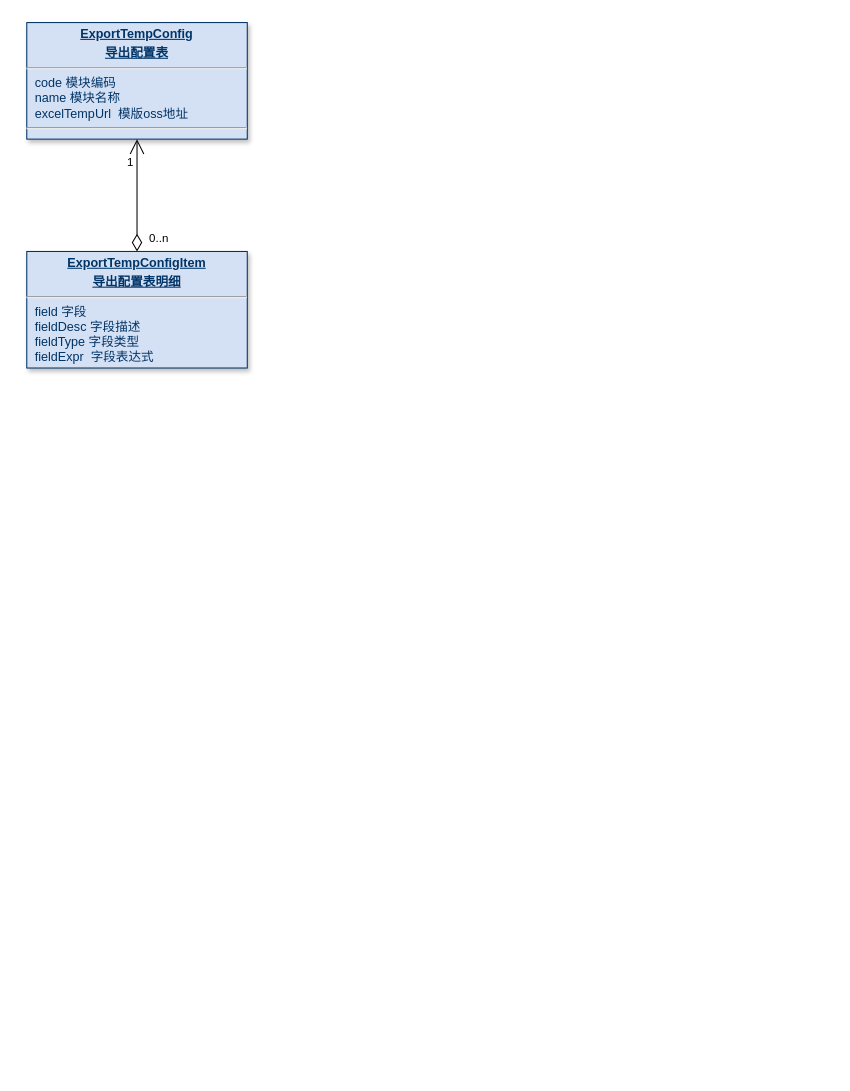
Before: page "新品Offer" (19 of 19) of 美one.drawio in rockywade/draw, a draw.io diagram. Source tidied: cells renumbered, new cells numbered last; positions are measured from the earlier drawing's top-left corner, leaving out a move shared by most shapes. Both pictures are drawn from the tidied source at 105%, with x=0, y=0 at pixel (26, 22).
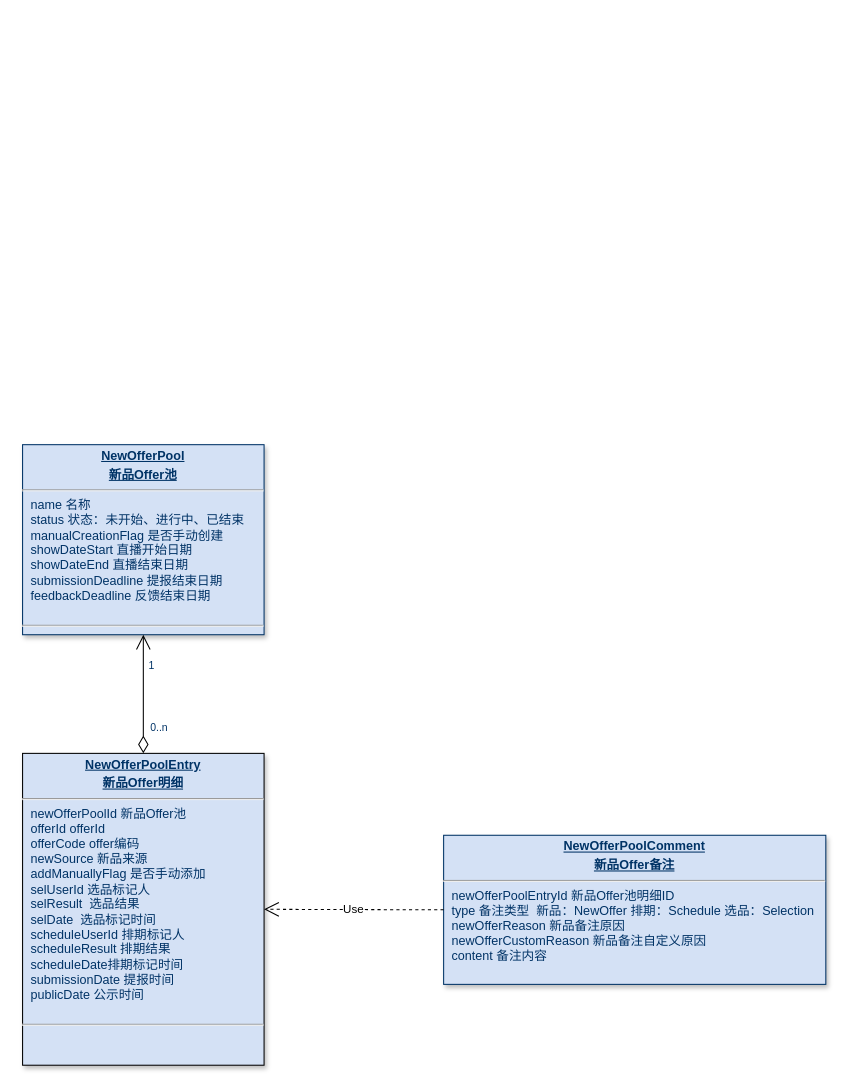
The same page after the edit.

Diff of the diagram source:
```diff
@@
 <mxGraphModel>
   <root>
     <mxCell id="0" />
     <mxCell id="1" parent="0" />
-    <mxCell id="2" value="&lt;p style=&quot;margin: 4px 0px 0px; text-align: center;&quot;&gt;&lt;b&gt;&lt;u&gt;ExportTempConfig&lt;/u&gt;&lt;/b&gt;&lt;/p&gt;&lt;p style=&quot;margin: 4px 0px 0px; text-align: center;&quot;&gt;&lt;b&gt;&lt;u&gt;导出配置表&lt;/u&gt;&lt;/b&gt;&lt;/p&gt;&lt;hr&gt;&lt;p style=&quot;margin: 0px 0px 0px 8px;&quot;&gt;code 模块编码&lt;/p&gt;&lt;p style=&quot;margin: 0px 0px 0px 8px;&quot;&gt;name 模块名称&lt;/p&gt;&lt;p style=&quot;margin: 0px 0px 0px 8px;&quot;&gt;excelTempUrl&amp;nbsp; 模版oss地址&lt;/p&gt;&lt;hr&gt;&amp;nbsp;&lt;div&gt;&amp;nbsp;&amp;nbsp;&lt;br&gt;&lt;br&gt;&lt;br&gt;&lt;br&gt;&lt;/div&gt;" style="verticalAlign=top;align=left;overflow=fill;fontSize=12;fontFamily=Helvetica;html=1;strokeColor=#003366;shadow=1;fillColor=#D4E1F5;fontColor=#003366;" parent="1" vertex="1">
-      <mxGeometry width="210" height="111" as="geometry" />
-    </mxCell>
-    <mxCell id="3" value="&lt;p style=&quot;margin: 4px 0px 0px; text-align: center;&quot;&gt;&lt;b&gt;&lt;u&gt;ExportTempConfigItem&lt;/u&gt;&lt;/b&gt;&lt;/p&gt;&lt;p style=&quot;margin: 4px 0px 0px; text-align: center;&quot;&gt;&lt;b&gt;&lt;u&gt;导出配置表明细&lt;/u&gt;&lt;/b&gt;&lt;/p&gt;&lt;hr&gt;&lt;p style=&quot;margin: 0px 0px 0px 8px;&quot;&gt;field 字段&lt;/p&gt;&lt;p style=&quot;margin: 0px 0px 0px 8px;&quot;&gt;fieldDesc&amp;nbsp;字段描述&lt;/p&gt;&lt;p style=&quot;margin: 0px 0px 0px 8px;&quot;&gt;fieldType&amp;nbsp;字段类型&lt;/p&gt;&lt;p style=&quot;margin: 0px 0px 0px 8px;&quot;&gt;fieldExpr&amp;nbsp;&amp;nbsp;字段表达式&lt;/p&gt;&lt;hr&gt;&amp;nbsp;&lt;div&gt;&amp;nbsp;&amp;nbsp;&lt;br&gt;&lt;br&gt;&lt;br&gt;&lt;br&gt;&lt;/div&gt;" style="verticalAlign=top;align=left;overflow=fill;fontSize=12;fontFamily=Helvetica;html=1;strokeColor=#003366;shadow=1;fillColor=#D4E1F5;fontColor=#003366;" parent="1" vertex="1">
-      <mxGeometry y="218" width="210" height="111" as="geometry" />
-    </mxCell>
-    <mxCell id="4" style="endArrow=open;html=1;endSize=12;startArrow=diamondThin;startSize=14;startFill=0;edgeStyle=orthogonalEdgeStyle;rounded=0;" parent="1" edge="1" source="3" target="2">
-      <mxGeometry relative="1" as="geometry" />
-    </mxCell>
+    <mxCell id="7" value="&lt;p style=&quot;margin: 4px 0px 0px; text-align: center;&quot;&gt;&lt;b&gt;&lt;u&gt;NewOfferPool&lt;/u&gt;&lt;/b&gt;&lt;/p&gt;&lt;p style=&quot;margin: 4px 0px 0px; text-align: center;&quot;&gt;&lt;b&gt;&lt;u&gt;新品Offer池&lt;/u&gt;&lt;/b&gt;&lt;/p&gt;&lt;hr&gt;&lt;p style=&quot;margin: 0px; margin-left: 8px;&quot;&gt;&lt;span style=&quot;background-color: transparent; color: light-dark(rgb(0, 51, 102), rgb(161, 205, 249));&quot;&gt;name 名称&lt;/span&gt;&lt;/p&gt;&lt;p style=&quot;margin: 0px; margin-left: 8px;&quot;&gt;status 状态：&lt;span style=&quot;background-color: transparent; color: light-dark(rgb(0, 51, 102), rgb(161, 205, 249));&quot;&gt;未开始、进行中、已结束&lt;/span&gt;&lt;/p&gt;&lt;p style=&quot;margin: 0px; margin-left: 8px;&quot;&gt;&lt;span style=&quot;background-color: transparent;&quot;&gt;manualCreationFlag&lt;/span&gt;&lt;span style=&quot;background-color: transparent;&quot;&gt;&amp;nbsp;是否手动创建&lt;/span&gt;&lt;/p&gt;&lt;p style=&quot;margin: 0px; margin-left: 8px;&quot;&gt;showDateStart&amp;nbsp;直播开始日期&lt;/p&gt;&lt;p style=&quot;margin: 0px; margin-left: 8px;&quot;&gt;showDateEnd&amp;nbsp;直播结束日期&lt;/p&gt;&lt;p style=&quot;margin: 0px; margin-left: 8px;&quot;&gt;&lt;span style=&quot;background-color: transparent;&quot;&gt;submission&lt;/span&gt;Deadline 提报结束日期&lt;/p&gt;&lt;p style=&quot;margin: 0px; margin-left: 8px;&quot;&gt;feedbackDeadline 反馈结束日期&lt;/p&gt;&lt;p style=&quot;margin: 0px; margin-left: 8px;&quot;&gt;&lt;br&gt;&lt;/p&gt;&lt;hr&gt;&lt;p style=&quot;margin: 0px; margin-left: 8px;&quot;&gt;&lt;br&gt;&lt;/p&gt;&lt;p style=&quot;margin: 0px; margin-left: 8px;&quot;&gt;&lt;br&gt;&lt;/p&gt;" style="verticalAlign=top;align=left;overflow=fill;fontSize=12;fontFamily=Helvetica;html=1;strokeColor=#003366;shadow=1;fillColor=#D4E1F5;fontColor=#003366;rounded=0;glass=0;imageAspect=1;labelBackgroundColor=none;textShadow=0;" parent="1" vertex="1">
+      <mxGeometry x="-4" y="402" width="230" height="181" as="geometry" />
+    </mxCell>
+    <mxCell id="8" value="&lt;p style=&quot;margin: 4px 0px 0px; text-align: center;&quot;&gt;&lt;b&gt;&lt;u&gt;NewOfferPoolEntry&lt;/u&gt;&lt;/b&gt;&lt;/p&gt;&lt;p style=&quot;margin: 4px 0px 0px; text-align: center;&quot;&gt;&lt;b&gt;&lt;u&gt;新品Offer明细&lt;/u&gt;&lt;/b&gt;&lt;/p&gt;&lt;hr&gt;&lt;p style=&quot;margin: 0px; margin-left: 8px;&quot;&gt;&lt;span style=&quot;background-color: transparent; color: light-dark(rgb(0, 51, 102), rgb(161, 205, 249));&quot;&gt;newOfferPoolId&amp;nbsp;&lt;/span&gt;&lt;span style=&quot;background-color: transparent;&quot;&gt;新品Offer池&lt;/span&gt;&lt;/p&gt;&lt;p style=&quot;margin: 0px; margin-left: 8px;&quot;&gt;offerId offerId&lt;/p&gt;&lt;p style=&quot;margin: 0px; margin-left: 8px;&quot;&gt;offerCode offer编码&lt;/p&gt;&lt;p style=&quot;margin: 0px; margin-left: 8px;&quot;&gt;newSource 新品来源&lt;/p&gt;&lt;p style=&quot;margin: 0px; margin-left: 8px;&quot;&gt;&lt;span style=&quot;background-color: transparent;&quot;&gt;addManuallyFlag&lt;/span&gt;&amp;nbsp;是否手动添加&lt;/p&gt;&lt;p style=&quot;margin: 0px; margin-left: 8px;&quot;&gt;selUserId&amp;nbsp;选品标记人&lt;/p&gt;&lt;p style=&quot;margin: 0px; margin-left: 8px;&quot;&gt;selResult&amp;nbsp;&amp;nbsp;选品结果&lt;/p&gt;&lt;p style=&quot;margin: 0px; margin-left: 8px;&quot;&gt;selDate&amp;nbsp; 选品标记时间&lt;/p&gt;&lt;p style=&quot;margin: 0px; margin-left: 8px;&quot;&gt;scheduleUserId&amp;nbsp;排期标记人&lt;/p&gt;&lt;p style=&quot;margin: 0px; margin-left: 8px;&quot;&gt;scheduleResult 排期结果&lt;/p&gt;&lt;p style=&quot;margin: 0px; margin-left: 8px;&quot;&gt;scheduleDate排期标记时间&lt;/p&gt;&lt;p style=&quot;margin: 0px; margin-left: 8px;&quot;&gt;submissionDate 提报时间&lt;/p&gt;&lt;p style=&quot;margin: 0px; margin-left: 8px;&quot;&gt;publicDate 公示时间&lt;/p&gt;&lt;p style=&quot;margin: 0px; margin-left: 8px;&quot;&gt;&lt;br&gt;&lt;/p&gt;&lt;hr&gt;&lt;p style=&quot;margin: 0px; margin-left: 8px;&quot;&gt;&lt;br&gt;&lt;/p&gt;&lt;p style=&quot;margin: 0px; margin-left: 8px;&quot;&gt;&lt;br&gt;&lt;/p&gt;" style="verticalAlign=top;align=left;overflow=fill;fontSize=12;fontFamily=Helvetica;html=1;strokeColor=default;shadow=1;fillColor=#D4E1F5;fontColor=#003366;rounded=0;glass=0;imageAspect=1;labelBackgroundColor=none;textShadow=0;direction=east;" parent="1" vertex="1">
+      <mxGeometry x="-4" y="696" width="230" height="297" as="geometry" />
+    </mxCell>
+    <mxCell id="9" value="&lt;p style=&quot;margin: 4px 0px 0px; text-align: center;&quot;&gt;&lt;b&gt;&lt;u&gt;NewOfferPoolComment&lt;/u&gt;&lt;/b&gt;&lt;/p&gt;&lt;p style=&quot;margin: 4px 0px 0px; text-align: center;&quot;&gt;&lt;b&gt;&lt;u&gt;新品Offer备注&lt;/u&gt;&lt;/b&gt;&lt;/p&gt;&lt;hr&gt;&lt;p style=&quot;margin: 0px; margin-left: 8px;&quot;&gt;&lt;span style=&quot;background-color: transparent; color: light-dark(rgb(0, 51, 102), rgb(161, 205, 249));&quot;&gt;newOfferPoolEntryId&amp;nbsp;&lt;/span&gt;&lt;span style=&quot;background-color: transparent;&quot;&gt;新品Offer池明细ID&lt;/span&gt;&lt;/p&gt;&lt;p style=&quot;margin: 0px; margin-left: 8px;&quot;&gt;type 备注类型&amp;nbsp; 新品：NewOffer 排期：Schedule 选品：Selection&lt;/p&gt;&lt;p style=&quot;margin: 0px; margin-left: 8px;&quot;&gt;&lt;span style=&quot;background-color: transparent; color: light-dark(rgb(0, 51, 102), rgb(161, 205, 249));&quot;&gt;newOfferReason&lt;/span&gt;&amp;nbsp;新品备注原因&lt;/p&gt;&lt;p style=&quot;margin: 0px; margin-left: 8px;&quot;&gt;newOfferCustomReason&amp;nbsp;&lt;span style=&quot;background-color: transparent; color: light-dark(rgb(0, 51, 102), rgb(161, 205, 249));&quot;&gt;新品备注自定义原因&lt;/span&gt;&lt;/p&gt;&lt;p style=&quot;margin: 0px; margin-left: 8px;&quot;&gt;&lt;span style=&quot;background-color: transparent; color: light-dark(rgb(0, 51, 102), rgb(161, 205, 249));&quot;&gt;content 备注内容&lt;/span&gt;&amp;nbsp;&amp;nbsp;&lt;/p&gt;&lt;p style=&quot;margin: 0px; margin-left: 8px;&quot;&gt;&lt;br&gt;&lt;/p&gt;&lt;hr&gt;&lt;p style=&quot;margin: 0px; margin-left: 8px;&quot;&gt;&lt;br&gt;&lt;/p&gt;&lt;p style=&quot;margin: 0px; margin-left: 8px;&quot;&gt;&lt;br&gt;&lt;/p&gt;" style="verticalAlign=top;align=left;overflow=fill;fontSize=12;fontFamily=Helvetica;html=1;strokeColor=#003366;shadow=1;fillColor=#D4E1F5;fontColor=#003366;rounded=0;glass=0;imageAspect=1;labelBackgroundColor=none;textShadow=0;" parent="1" vertex="1">
+      <mxGeometry x="397" y="774" width="364" height="142" as="geometry" />
+    </mxCell>
+    <mxCell id="10" value="Use" style="endArrow=open;endSize=12;dashed=1;html=1;rounded=0;entryX=1;entryY=0.5;entryDx=0;entryDy=0;exitX=0;exitY=0.5;exitDx=0;exitDy=0;" parent="1" edge="1" source="9" target="8">
+      <mxGeometry relative="1" as="geometry" />
+    </mxCell>
+    <mxCell id="11" style="endArrow=open;endSize=12;startArrow=diamondThin;startSize=14;startFill=0;edgeStyle=orthogonalEdgeStyle;entryX=0.5;entryY=1;entryDx=0;entryDy=0;exitX=0.5;exitY=0;exitDx=0;exitDy=0;" parent="1" edge="1" source="8" target="7">
+      <mxGeometry x="-377.9" y="803.2" as="geometry" />
+    </mxCell>
-    <mxCell id="5" value="0..n" style="edgeLabel;html=1;align=left;verticalAlign=top;" parent="4" vertex="1">
+    <mxCell id="5" value="0..n" style="align=left;verticalAlign=top;labelBackgroundColor=#ffffff;fontSize=10;strokeColor=#003366;shadow=1;fillColor=#D4E1F5;fontColor=#003366;" parent="11" vertex="1">
       <mxGeometry x="-1" relative="1" as="geometry">
-        <mxPoint x="10" y="-26" as="offset" />
+        <mxPoint x="5" y="-37" as="offset" />
       </mxGeometry>
     </mxCell>
-    <mxCell id="6" value="1" style="edgeLabel;html=1;align=right;verticalAlign=top;" parent="4" vertex="1">
+    <mxCell id="6" value="1" style="align=right;verticalAlign=top;labelBackgroundColor=#ffffff;fontSize=10;strokeColor=#003366;shadow=1;fillColor=#D4E1F5;fontColor=#003366;" parent="11" vertex="1">
       <mxGeometry x="1" relative="1" as="geometry">
-        <mxPoint x="-3" y="9" as="offset" />
+        <mxPoint x="12" y="17" as="offset" />
       </mxGeometry>
     </mxCell>
   </root>
 </mxGraphModel>
```
